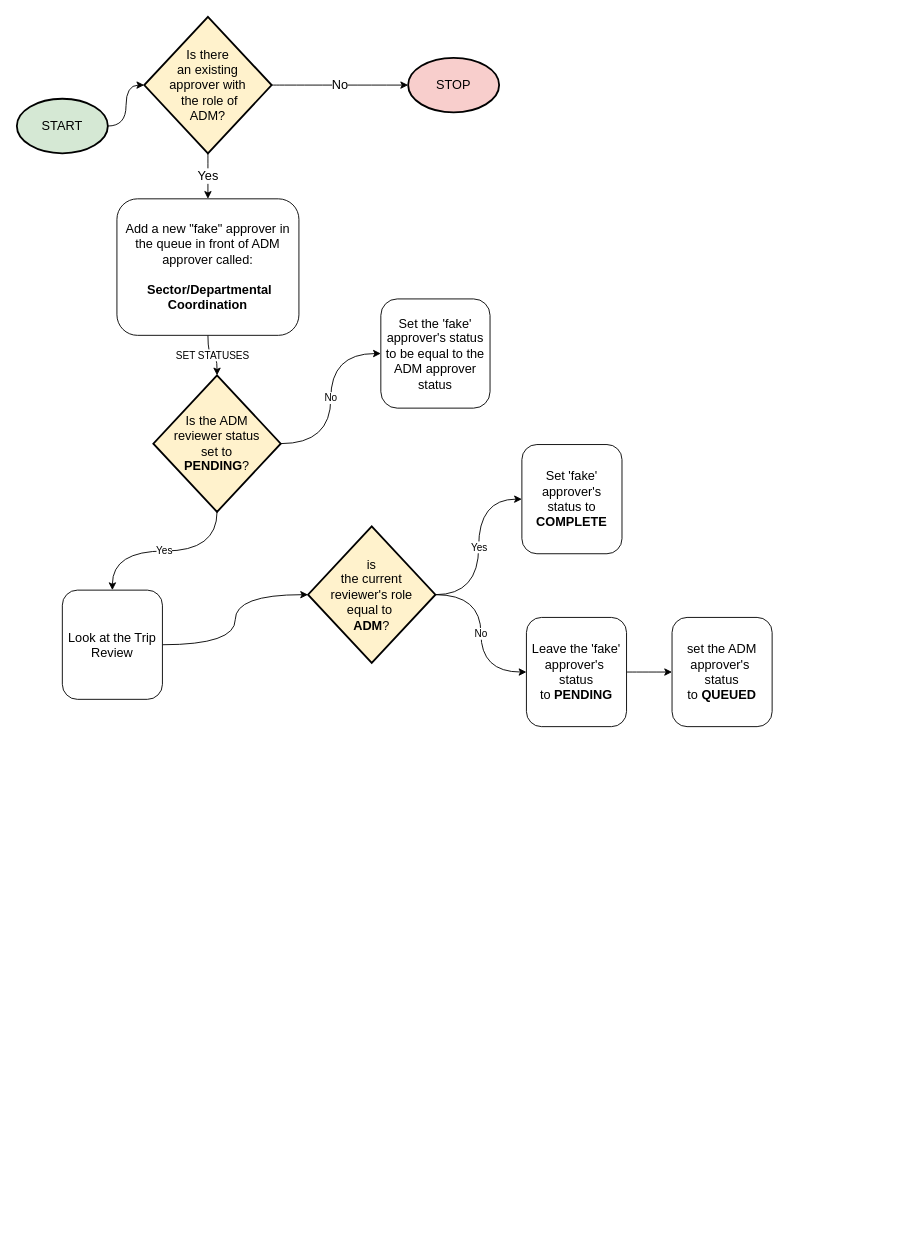
This is TravelCoordinationApproverInsertionDiagram.drawio from davjfish/diagrams, a draw.io file, before an edit. Source tidied: cells renumbered, new cells numbered last; positions are measured from the earlier drawing's top-left corner, leaving out a move shared by most shapes. Both pictures are drawn from the tidied source at 91%, with x=0, y=0 at pixel (16, 16).
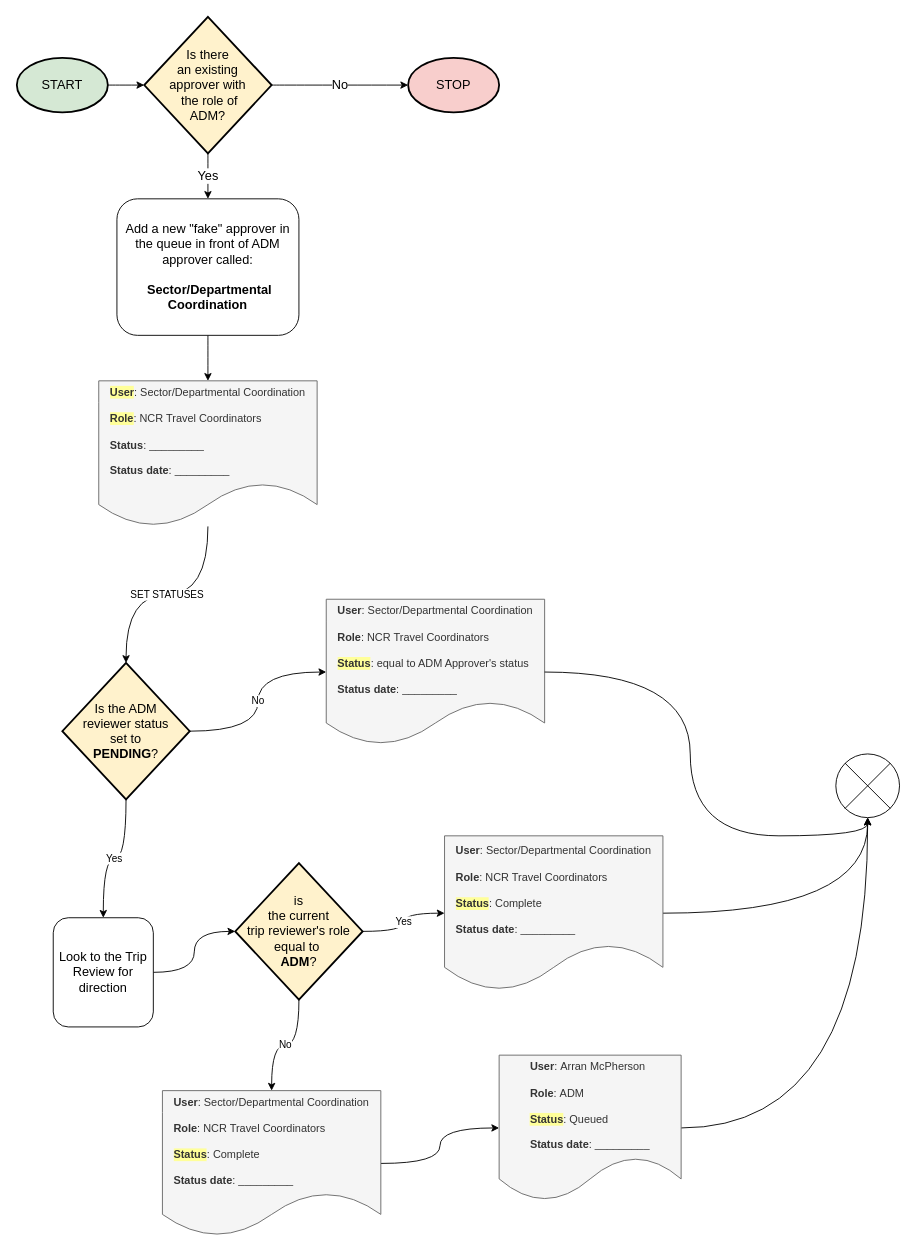
After the change.

The change refers to these unchanged cells:
```xml
<mxCell id="9" value="Add a new &quot;fake&quot; approver in the queue in front of ADM approver called:&lt;br&gt;&lt;br&gt;&amp;nbsp;&lt;b&gt;Sector/Departmental Coordination&lt;/b&gt;" style="rounded=1;whiteSpace=wrap;html=1;fontSize=14;" parent="1" vertex="1">
  <mxGeometry x="110" y="200" width="200" height="150" as="geometry" />
</mxCell>
```

Diff of the diagram source:
```diff
@@
     <mxCell id="2" value="START" style="strokeWidth=2;html=1;shape=mxgraph.flowchart.start_1;whiteSpace=wrap;fontSize=14;fillColor=#D5E8D4;" parent="1" vertex="1">
-      <mxGeometry y="90" width="100" height="60" as="geometry" />
+      <mxGeometry y="45" width="100" height="60" as="geometry" />
     </mxCell>
@@
-    <mxCell id="8" value="SET STATUSES" style="edgeStyle=orthogonalEdgeStyle;rounded=0;jettySize=auto;html=1;curved=1;" parent="1" edge="1" source="9" target="12">
+    <mxCell id="8" value="SET STATUSES" style="edgeStyle=orthogonalEdgeStyle;rounded=0;jettySize=auto;html=1;curved=1;" parent="1" edge="1" source="24" target="12">
       <mxGeometry relative="1" as="geometry" />
     </mxCell>
+    <mxCell id="23" style="edgeStyle=orthogonalEdgeStyle;rounded=0;jettySize=auto;html=1;curved=1;" parent="1" edge="1" source="9" target="24">
+      <mxGeometry relative="1" as="geometry" />
+    </mxCell>
@@
-    <mxCell id="10" value="No" style="edgeStyle=orthogonalEdgeStyle;rounded=0;jettySize=auto;html=1;curved=1;" parent="1" edge="1" source="12" target="13">
+    <mxCell id="10" value="No" style="edgeStyle=orthogonalEdgeStyle;rounded=0;jettySize=auto;html=1;curved=1;" parent="1" edge="1" source="12" target="25">
       <mxGeometry relative="1" as="geometry" />
     </mxCell>
@@
     <mxCell id="12" value="Is the ADM &lt;br&gt;reviewer status&lt;br&gt;&amp;nbsp;set to&amp;nbsp;&lt;br&gt;&lt;b&gt;PENDING&lt;/b&gt;?" style="rhombus;whiteSpace=wrap;html=1;strokeWidth=2;fontSize=14;fillColor=#FFF2CC;" parent="1" vertex="1">
-      <mxGeometry x="150" y="394" width="140" height="150" as="geometry" />
+      <mxGeometry x="50" y="710" width="140" height="150" as="geometry" />
     </mxCell>
-    <mxCell id="13" value="Set the 'fake' approver's status to be equal to the ADM approver status" style="rounded=1;whiteSpace=wrap;html=1;fontSize=14;" parent="1" vertex="1">
-      <mxGeometry x="400" y="310" width="120" height="120" as="geometry" />
-    </mxCell>
@@
-    <mxCell id="15" value="Look at the Trip Review" style="rounded=1;whiteSpace=wrap;html=1;fontSize=14;" parent="1" vertex="1">
-      <mxGeometry x="50" y="630" width="110" height="120" as="geometry" />
+    <mxCell id="15" value="Look to the Trip Review for direction" style="rounded=1;whiteSpace=wrap;html=1;fontSize=14;" parent="1" vertex="1">
+      <mxGeometry x="40" y="990" width="110" height="120" as="geometry" />
     </mxCell>
-    <mxCell id="16" value="Yes" style="edgeStyle=orthogonalEdgeStyle;rounded=0;jettySize=auto;html=1;curved=1;" parent="1" edge="1" source="18" target="19">
+    <mxCell id="16" value="Yes" style="edgeStyle=orthogonalEdgeStyle;rounded=0;jettySize=auto;html=1;curved=1;" parent="1" edge="1" source="18" target="27">
       <mxGeometry relative="1" as="geometry" />
     </mxCell>
-    <mxCell id="17" value="No" style="edgeStyle=orthogonalEdgeStyle;rounded=0;jettySize=auto;html=1;curved=1;" parent="1" edge="1" source="18" target="21">
+    <mxCell id="17" value="No" style="edgeStyle=orthogonalEdgeStyle;rounded=0;jettySize=auto;html=1;curved=1;" parent="1" edge="1" source="18" target="29">
       <mxGeometry relative="1" as="geometry" />
     </mxCell>
-    <mxCell id="18" value="is &lt;br&gt;the current &lt;br&gt;reviewer's role &lt;br&gt;equal to&amp;nbsp;&lt;br&gt;&lt;b style=&quot;border-color: var(--border-color);&quot;&gt;ADM&lt;/b&gt;?" style="rhombus;whiteSpace=wrap;html=1;strokeWidth=2;fontSize=14;fillColor=#FFF2CC;" parent="1" vertex="1">
-      <mxGeometry x="320" y="560" width="140" height="150" as="geometry" />
+    <mxCell id="18" value="is &lt;br&gt;the current &lt;br&gt;trip reviewer's role &lt;br&gt;equal to&amp;nbsp;&lt;br&gt;&lt;b style=&quot;border-color: var(--border-color);&quot;&gt;ADM&lt;/b&gt;?" style="rhombus;whiteSpace=wrap;html=1;strokeWidth=2;fontSize=14;fillColor=#FFF2CC;" parent="1" vertex="1">
+      <mxGeometry x="240" y="930" width="140" height="150" as="geometry" />
     </mxCell>
-    <mxCell id="19" value="Set 'fake' approver's&lt;br&gt;status to &lt;b&gt;COMPLETE&lt;/b&gt;" style="rounded=1;whiteSpace=wrap;html=1;fontSize=14;" parent="1" vertex="1">
-      <mxGeometry x="555" y="470" width="110" height="120" as="geometry" />
-    </mxCell>
-    <mxCell id="20" style="edgeStyle=orthogonalEdgeStyle;rounded=0;jettySize=auto;html=1;curved=1;" parent="1" edge="1" source="21" target="22">
-      <mxGeometry relative="1" as="geometry" />
-    </mxCell>
-    <mxCell id="21" value="Leave the 'fake' approver's&amp;nbsp;&lt;br style=&quot;border-color: var(--border-color);&quot;&gt;status to&amp;nbsp;&lt;b style=&quot;border-color: var(--border-color);&quot;&gt;PENDING&lt;/b&gt;" style="rounded=1;whiteSpace=wrap;html=1;fontSize=14;" parent="1" vertex="1">
-      <mxGeometry x="560" y="660" width="110" height="120" as="geometry" />
-    </mxCell>
-    <mxCell id="22" value="set the ADM approver's&amp;nbsp;&lt;br style=&quot;border-color: var(--border-color);&quot;&gt;status to&amp;nbsp;&lt;b style=&quot;border-color: var(--border-color);&quot;&gt;QUEUED&lt;/b&gt;" style="rounded=1;whiteSpace=wrap;html=1;fontSize=14;" parent="1" vertex="1">
-      <mxGeometry x="720" y="660" width="110" height="120" as="geometry" />
-    </mxCell>
+    <mxCell id="24" value="&lt;div style=&quot;text-align: left;&quot;&gt;&lt;b style=&quot;background-color: rgb(255, 255, 153);&quot;&gt;User&lt;/b&gt;&lt;span style=&quot;background-color: initial;&quot;&gt;:&amp;nbsp;Sector/Departmental Coordination&lt;/span&gt;&lt;br&gt;&lt;/div&gt;&lt;div style=&quot;text-align: left;&quot;&gt;&lt;br&gt;&lt;/div&gt;&lt;div style=&quot;text-align: left;&quot;&gt;&lt;b style=&quot;background-color: rgb(255, 255, 153);&quot;&gt;Role&lt;/b&gt;:&amp;nbsp;NCR Travel Coordinators&lt;/div&gt;&lt;div style=&quot;text-align: left;&quot;&gt;&lt;br&gt;&lt;/div&gt;&lt;div style=&quot;text-align: left;&quot;&gt;&lt;b&gt;Status&lt;/b&gt;: _________&lt;/div&gt;&lt;div style=&quot;text-align: left;&quot;&gt;&lt;br&gt;&lt;/div&gt;&lt;div style=&quot;text-align: left;&quot;&gt;&lt;b style=&quot;&quot;&gt;Status date&lt;/b&gt;: _________&lt;span style=&quot;background-color: initial;&quot;&gt;&lt;br&gt;&lt;/span&gt;&lt;/div&gt;" style="shape=document;whiteSpace=wrap;html=1;boundedLbl=1;fillColor=#f5f5f5;fontColor=#333333;strokeColor=#666666;" parent="1" vertex="1">
+      <mxGeometry x="90" y="400" width="240" height="160" as="geometry" />
+    </mxCell>
+    <mxCell id="25" value="&lt;div style=&quot;text-align: left;&quot;&gt;&lt;b style=&quot;background-color: initial;&quot;&gt;User&lt;/b&gt;&lt;span style=&quot;background-color: initial;&quot;&gt;:&amp;nbsp;Sector/Departmental Coordination&lt;/span&gt;&lt;br&gt;&lt;/div&gt;&lt;div style=&quot;text-align: left;&quot;&gt;&lt;br&gt;&lt;/div&gt;&lt;div style=&quot;text-align: left;&quot;&gt;&lt;b&gt;Role&lt;/b&gt;:&amp;nbsp;NCR Travel Coordinators&lt;/div&gt;&lt;div style=&quot;text-align: left;&quot;&gt;&lt;br&gt;&lt;/div&gt;&lt;div style=&quot;text-align: left;&quot;&gt;&lt;b style=&quot;background-color: rgb(255, 255, 153);&quot;&gt;Status&lt;/b&gt;: equal to ADM Approver's status&lt;/div&gt;&lt;div style=&quot;text-align: left;&quot;&gt;&lt;span style=&quot;background-color: initial;&quot;&gt;&lt;br&gt;&lt;/span&gt;&lt;/div&gt;&lt;div style=&quot;text-align: left;&quot;&gt;&lt;b style=&quot;&quot;&gt;Status date&lt;/b&gt;: _________&lt;span style=&quot;background-color: initial;&quot;&gt;&lt;br&gt;&lt;/span&gt;&lt;/div&gt;" style="shape=document;whiteSpace=wrap;html=1;boundedLbl=1;fillColor=#f5f5f5;fontColor=#333333;strokeColor=#666666;" parent="1" vertex="1">
+      <mxGeometry x="340" y="640" width="240" height="160" as="geometry" />
+    </mxCell>
+    <mxCell id="26" style="edgeStyle=orthogonalEdgeStyle;rounded=0;jettySize=auto;html=1;curved=1;" parent="1" edge="1" source="27" target="32">
+      <mxGeometry relative="1" as="geometry" />
+    </mxCell>
+    <mxCell id="27" value="&lt;div style=&quot;text-align: left;&quot;&gt;&lt;b style=&quot;background-color: initial;&quot;&gt;User&lt;/b&gt;&lt;span style=&quot;background-color: initial;&quot;&gt;:&amp;nbsp;Sector/Departmental Coordination&lt;/span&gt;&lt;br&gt;&lt;/div&gt;&lt;div style=&quot;text-align: left;&quot;&gt;&lt;br&gt;&lt;/div&gt;&lt;div style=&quot;text-align: left;&quot;&gt;&lt;b&gt;Role&lt;/b&gt;:&amp;nbsp;NCR Travel Coordinators&lt;/div&gt;&lt;div style=&quot;text-align: left;&quot;&gt;&lt;br&gt;&lt;/div&gt;&lt;div style=&quot;text-align: left;&quot;&gt;&lt;b style=&quot;background-color: rgb(255, 255, 153);&quot;&gt;Status&lt;/b&gt;: Complete&lt;/div&gt;&lt;div style=&quot;text-align: left;&quot;&gt;&lt;span style=&quot;background-color: initial;&quot;&gt;&lt;br&gt;&lt;/span&gt;&lt;/div&gt;&lt;div style=&quot;text-align: left;&quot;&gt;&lt;b style=&quot;&quot;&gt;Status date&lt;/b&gt;: _________&lt;span style=&quot;background-color: initial;&quot;&gt;&lt;br&gt;&lt;/span&gt;&lt;/div&gt;" style="shape=document;whiteSpace=wrap;html=1;boundedLbl=1;fillColor=#f5f5f5;fontColor=#333333;strokeColor=#666666;" parent="1" vertex="1">
+      <mxGeometry x="470" y="900" width="240" height="170" as="geometry" />
+    </mxCell>
+    <mxCell id="28" style="edgeStyle=orthogonalEdgeStyle;rounded=0;jettySize=auto;html=1;curved=1;" parent="1" edge="1" source="29" target="31">
+      <mxGeometry relative="1" as="geometry" />
+    </mxCell>
+    <mxCell id="29" value="&lt;div style=&quot;text-align: left;&quot;&gt;&lt;b style=&quot;background-color: initial;&quot;&gt;User&lt;/b&gt;&lt;span style=&quot;background-color: initial;&quot;&gt;:&amp;nbsp;Sector/Departmental Coordination&lt;/span&gt;&lt;br&gt;&lt;/div&gt;&lt;div style=&quot;text-align: left;&quot;&gt;&lt;br&gt;&lt;/div&gt;&lt;div style=&quot;text-align: left;&quot;&gt;&lt;b&gt;Role&lt;/b&gt;:&amp;nbsp;NCR Travel Coordinators&lt;/div&gt;&lt;div style=&quot;text-align: left;&quot;&gt;&lt;br&gt;&lt;/div&gt;&lt;div style=&quot;text-align: left;&quot;&gt;&lt;b style=&quot;background-color: rgb(255, 255, 153);&quot;&gt;Status&lt;/b&gt;: Complete&lt;/div&gt;&lt;div style=&quot;text-align: left;&quot;&gt;&lt;span style=&quot;background-color: initial;&quot;&gt;&lt;br&gt;&lt;/span&gt;&lt;/div&gt;&lt;div style=&quot;text-align: left;&quot;&gt;&lt;b style=&quot;&quot;&gt;Status date&lt;/b&gt;: _________&lt;span style=&quot;background-color: initial;&quot;&gt;&lt;br&gt;&lt;/span&gt;&lt;/div&gt;" style="shape=document;whiteSpace=wrap;html=1;boundedLbl=1;fillColor=#f5f5f5;fontColor=#333333;strokeColor=#666666;" parent="1" vertex="1">
+      <mxGeometry x="160" y="1180" width="240" height="160" as="geometry" />
+    </mxCell>
+    <mxCell id="30" style="edgeStyle=orthogonalEdgeStyle;rounded=0;jettySize=auto;html=1;curved=1;" parent="1" edge="1" source="31" target="32">
+      <mxGeometry relative="1" as="geometry" />
+    </mxCell>
+    <mxCell id="31" value="&lt;div style=&quot;text-align: left;&quot;&gt;&lt;b style=&quot;background-color: initial;&quot;&gt;User&lt;/b&gt;&lt;span style=&quot;background-color: initial;&quot;&gt;:&amp;nbsp;Arran McPherson&lt;/span&gt;&lt;br&gt;&lt;/div&gt;&lt;div style=&quot;text-align: left;&quot;&gt;&lt;br&gt;&lt;/div&gt;&lt;div style=&quot;text-align: left;&quot;&gt;&lt;b&gt;Role&lt;/b&gt;:&amp;nbsp;ADM&lt;/div&gt;&lt;div style=&quot;text-align: left;&quot;&gt;&lt;br&gt;&lt;/div&gt;&lt;div style=&quot;text-align: left;&quot;&gt;&lt;b style=&quot;background-color: rgb(255, 255, 153);&quot;&gt;Status&lt;/b&gt;: Queued&lt;/div&gt;&lt;div style=&quot;text-align: left;&quot;&gt;&lt;span style=&quot;background-color: initial;&quot;&gt;&lt;br&gt;&lt;/span&gt;&lt;/div&gt;&lt;div style=&quot;text-align: left;&quot;&gt;&lt;b style=&quot;&quot;&gt;Status date&lt;/b&gt;: _________&lt;span style=&quot;background-color: initial;&quot;&gt;&lt;br&gt;&lt;/span&gt;&lt;/div&gt;" style="shape=document;whiteSpace=wrap;html=1;boundedLbl=1;fillColor=#f5f5f5;fontColor=#333333;strokeColor=#666666;" parent="1" vertex="1">
+      <mxGeometry x="530" y="1141" width="200" height="160" as="geometry" />
+    </mxCell>
+    <mxCell id="32" style="verticalLabelPosition=bottom;verticalAlign=top;html=1;shape=mxgraph.flowchart.or;" parent="1" vertex="1">
+      <mxGeometry x="900" y="810" width="70" height="70" as="geometry" />
+    </mxCell>
+    <mxCell id="33" style="edgeStyle=orthogonalEdgeStyle;rounded=0;jettySize=auto;html=1;entryX=0.5;entryY=1;entryDx=0;entryDy=0;entryPerimeter=0;curved=1;" parent="1" edge="1" source="25" target="32">
+      <mxGeometry relative="1" as="geometry" />
+    </mxCell>
```
